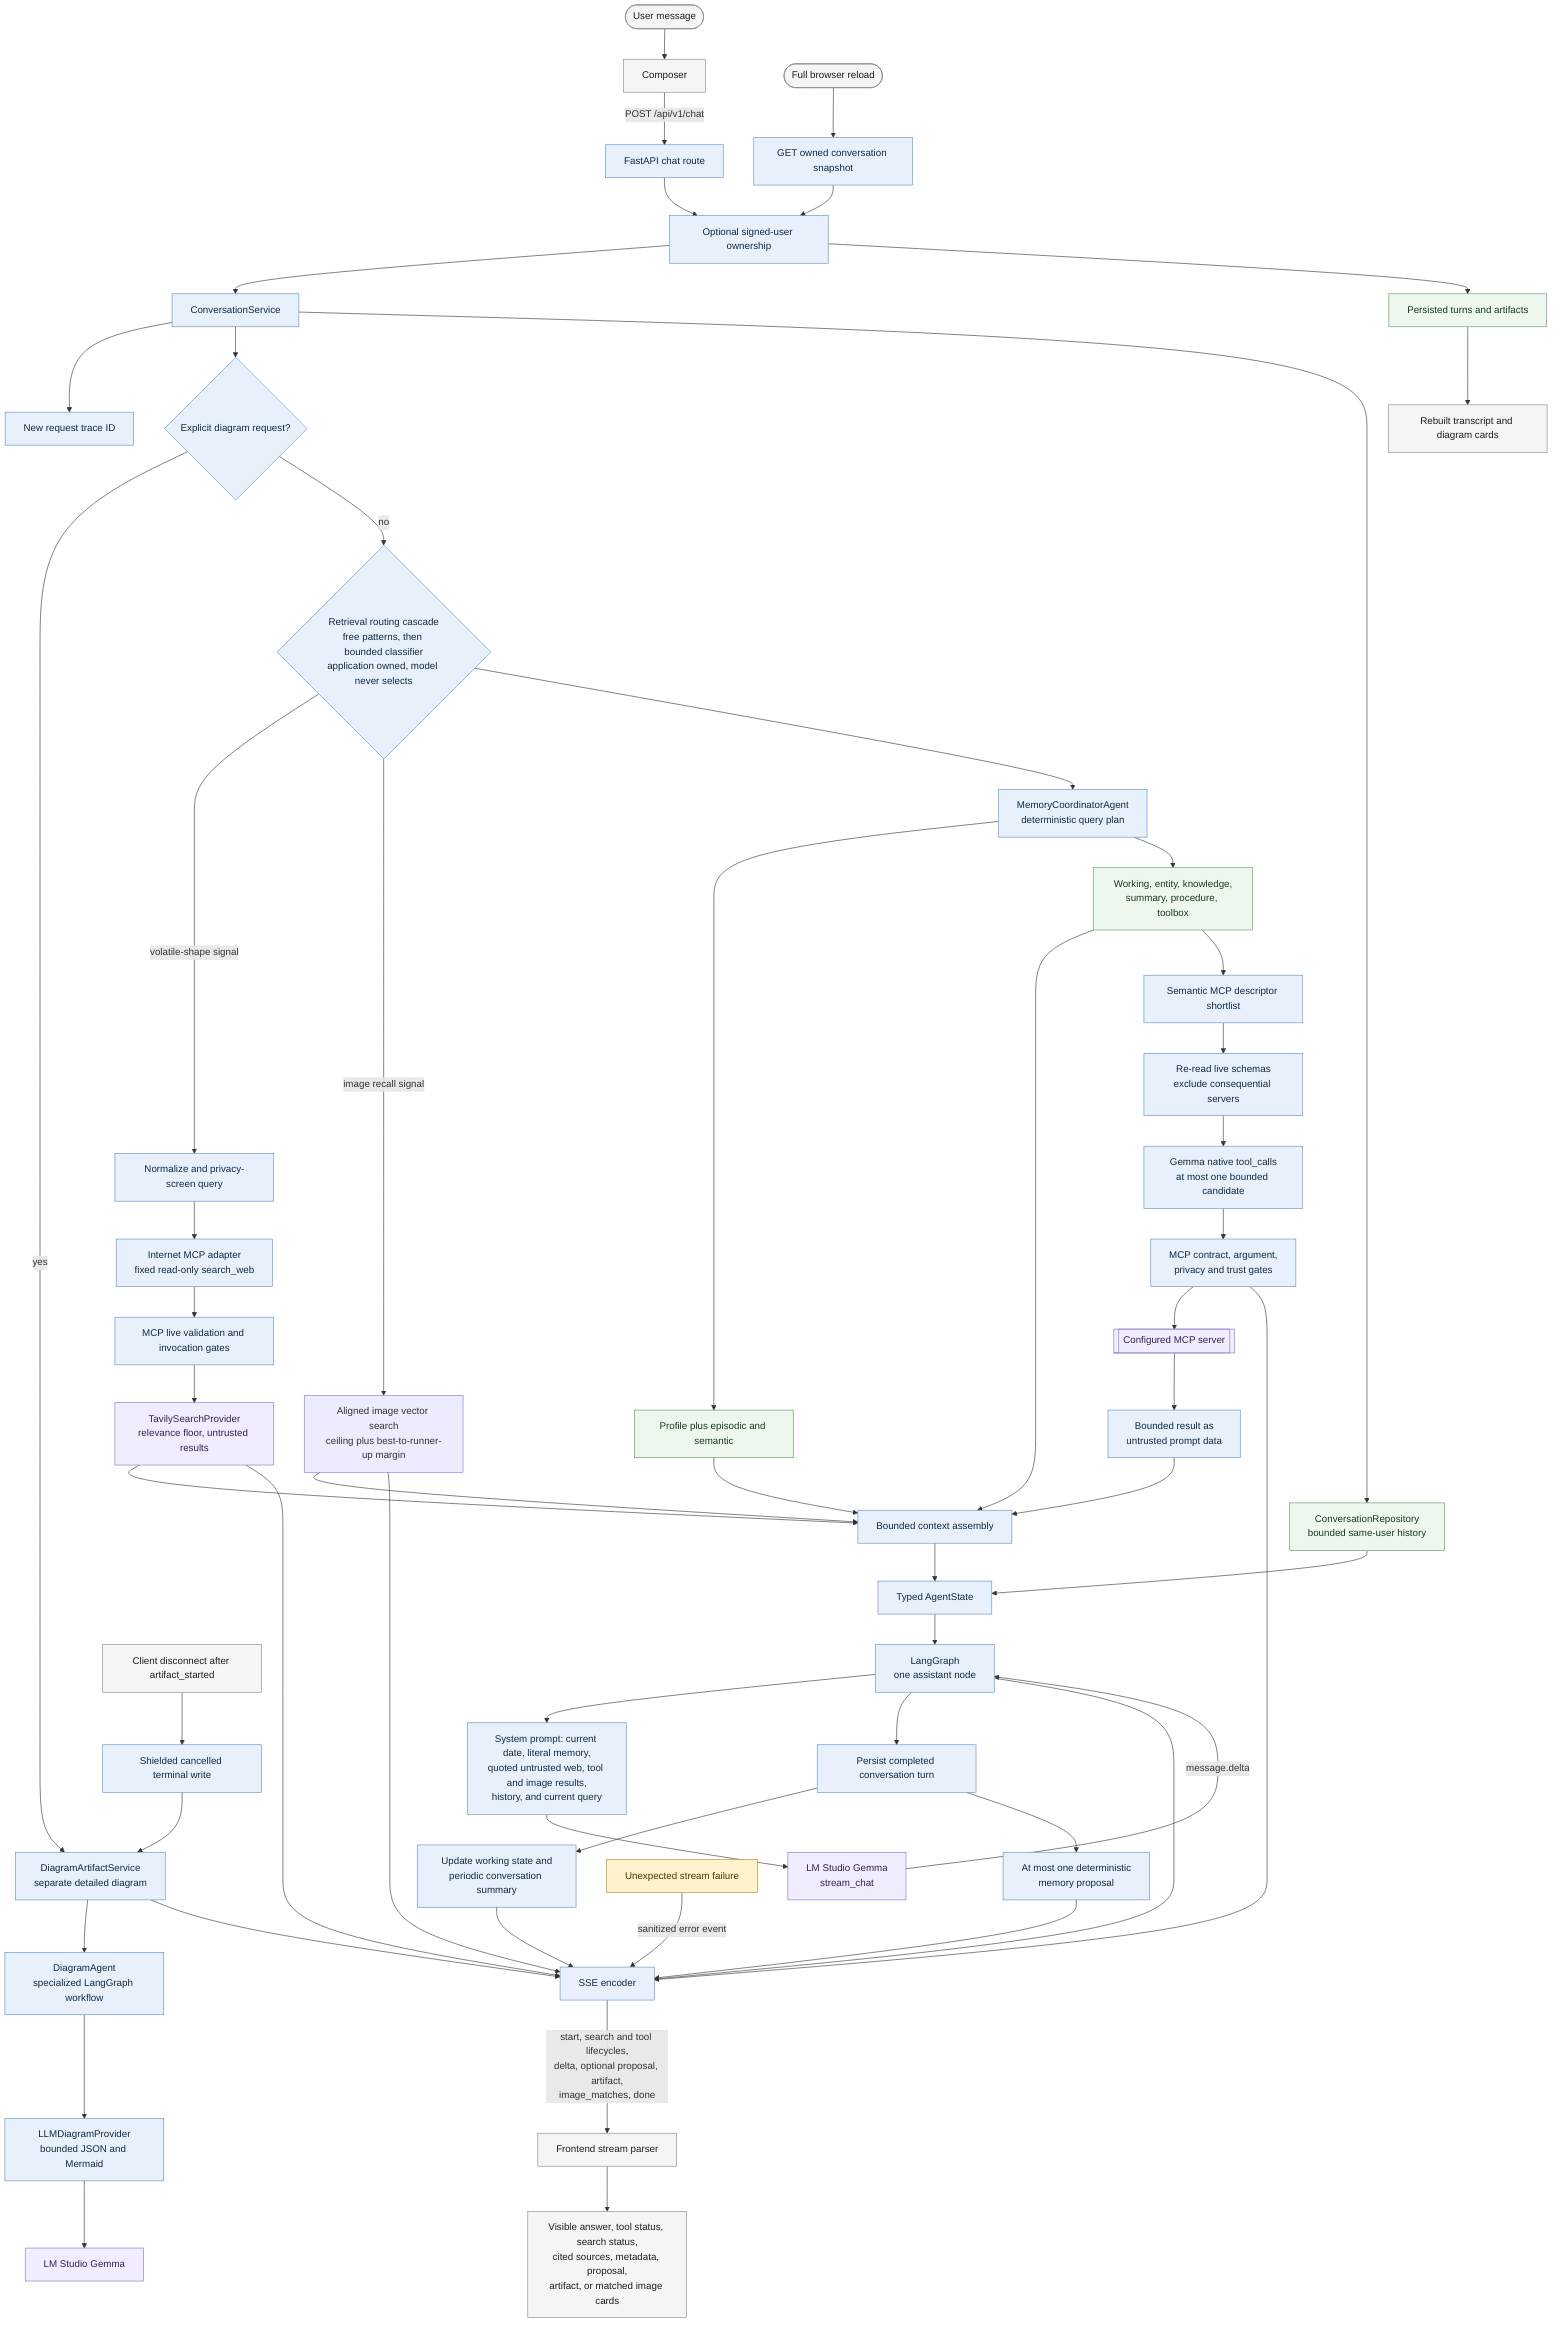
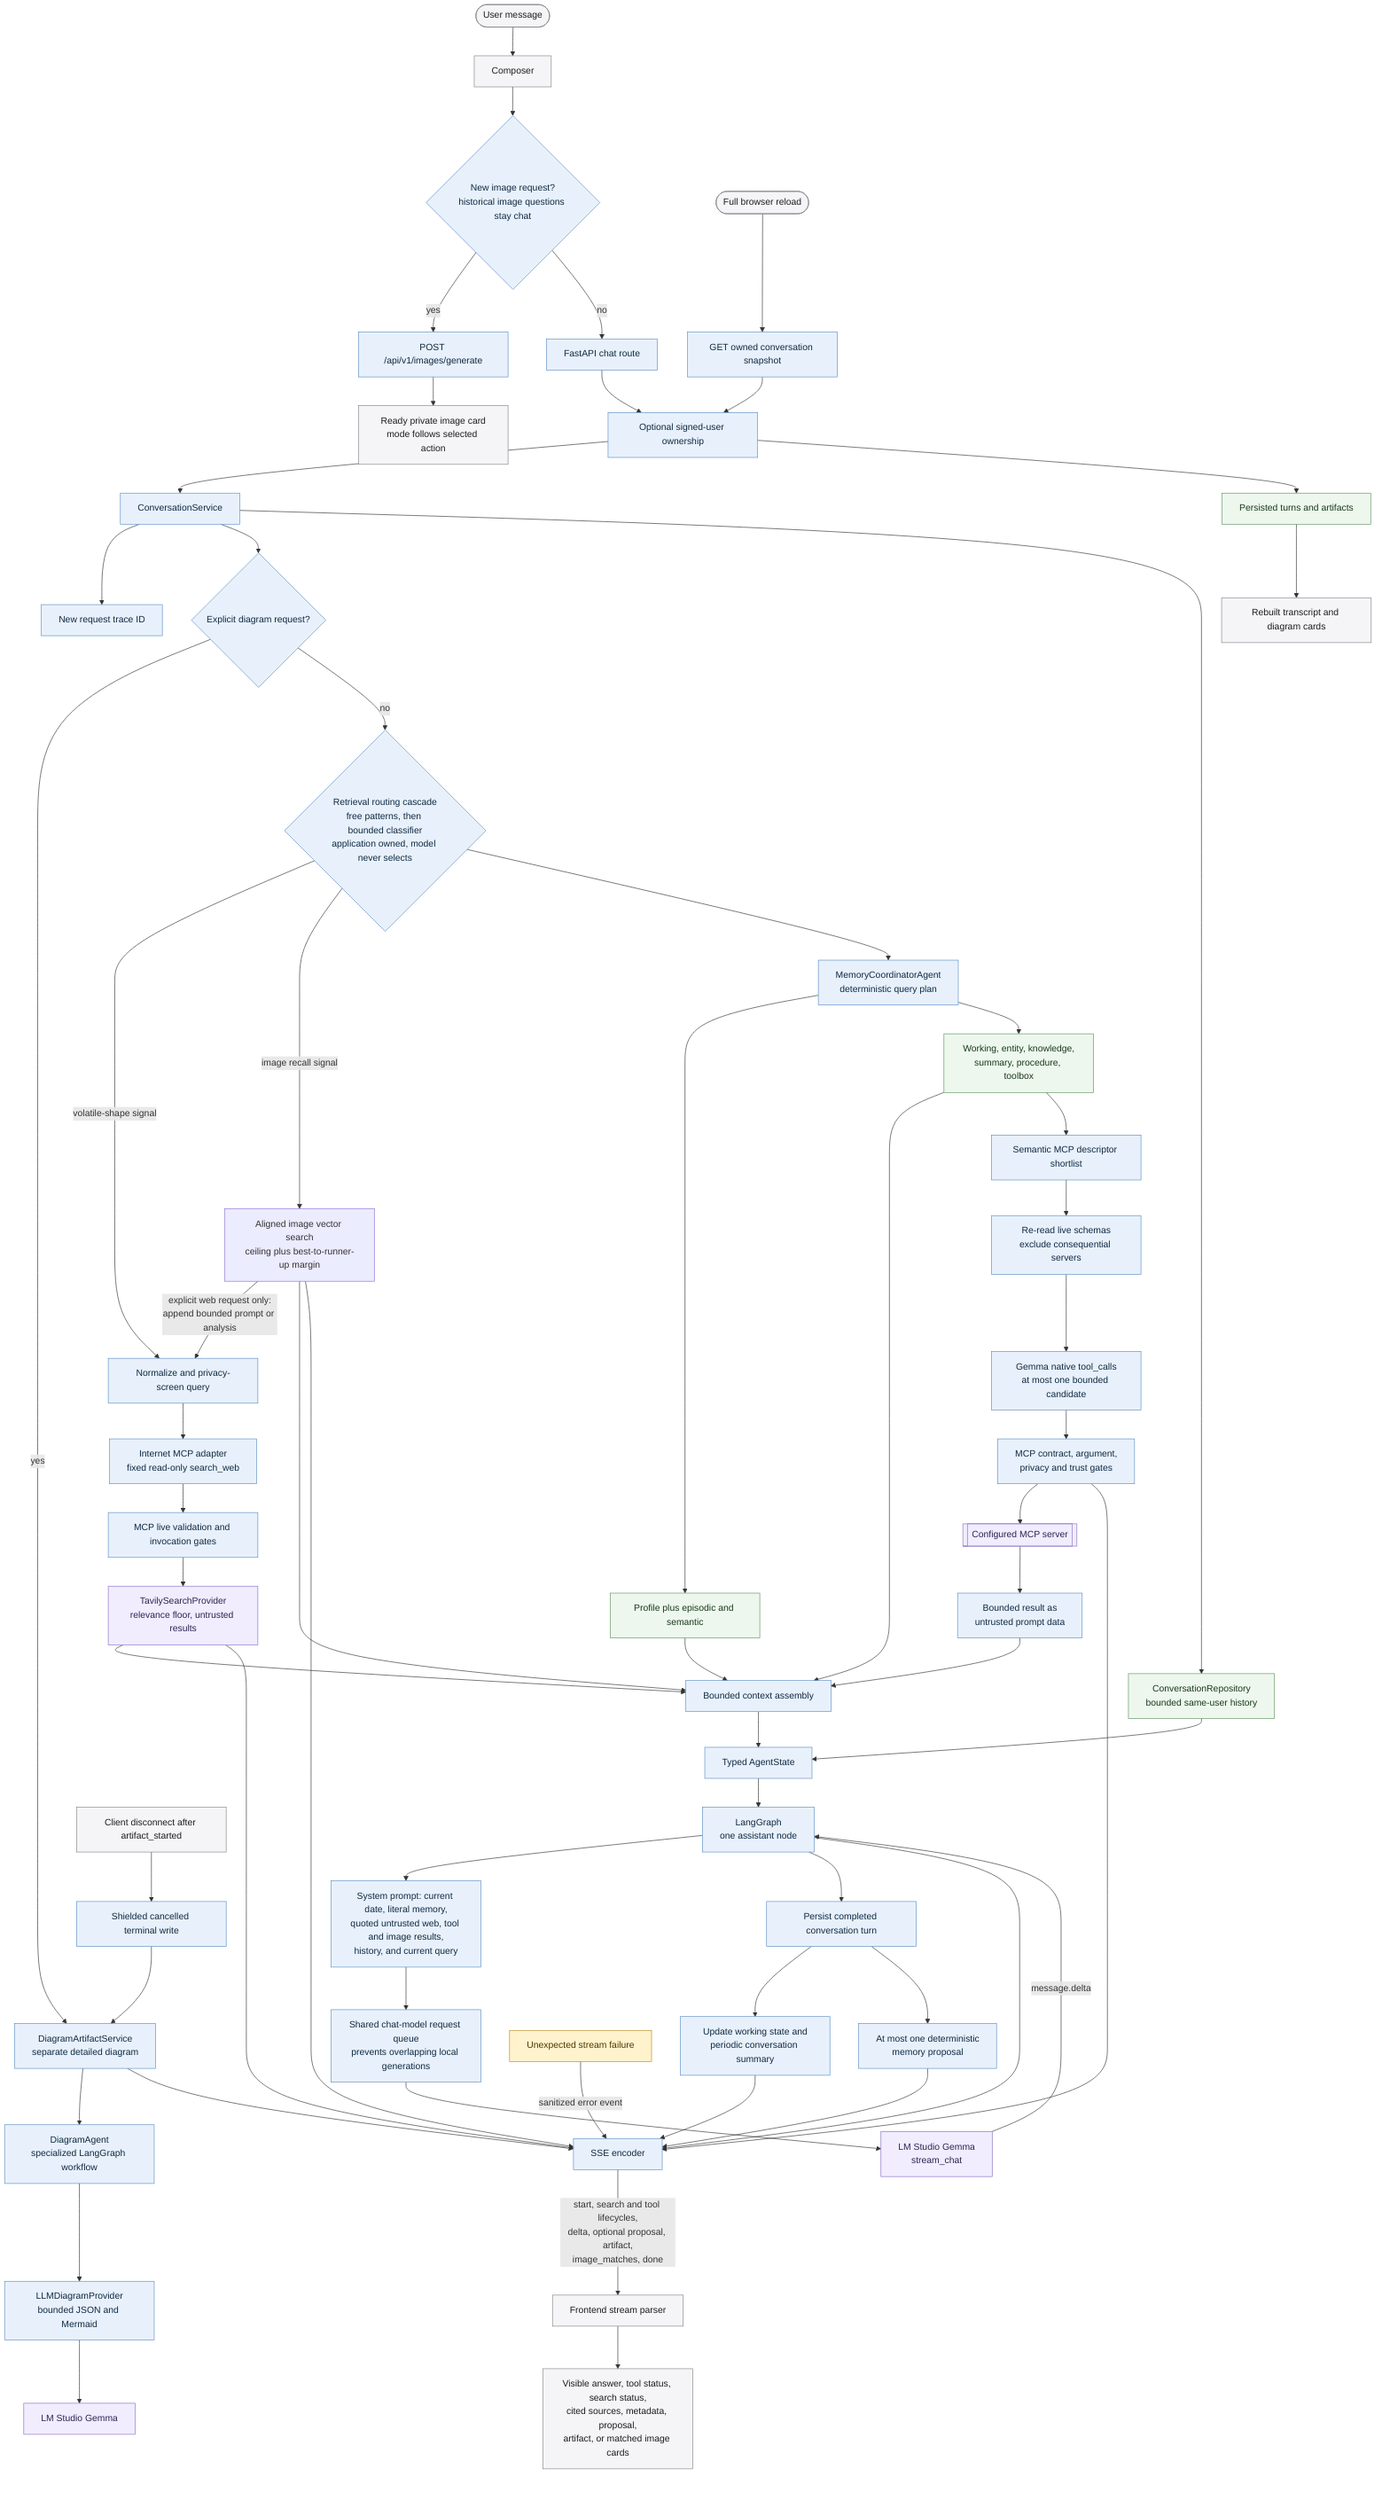
flowchart TB
    User([User message]) --> Composer[Composer]
-     Composer -->|POST /api/v1/chat| ChatAPI[FastAPI chat route]
+     Composer --> Intent{New image request?<br/>historical image questions stay chat}
+     Intent -->|yes| ImageAPI[POST /api/v1/images/generate]
+     ImageAPI --> ImageAnswer[Ready private image card<br/>mode follows selected action]
+     Intent -->|no| ChatAPI[FastAPI chat route]
    ChatAPI --> Ownership[Optional signed-user ownership]
    Ownership --> Service[ConversationService]
    Service --> Trace[New request trace ID]
    Service --> Route{Explicit diagram request?}

    Route -->|yes| Artifact[DiagramArtifactService<br/>separate detailed diagram]
    Artifact --> DiagramAgent[DiagramAgent<br/>specialized LangGraph workflow]
    DiagramAgent --> DiagramProvider[LLMDiagramProvider<br/>bounded JSON and Mermaid]
    DiagramProvider --> DiagramGemma[LM Studio Gemma]
    Artifact --> SSE

    Route -->|no| Retrieval{Retrieval routing cascade<br/>free patterns, then bounded classifier<br/>application owned, model never selects}
    Retrieval -->|volatile-shape signal| SearchPolicy[Normalize and privacy-screen query]
    SearchPolicy --> InternetMCP[Internet MCP adapter<br/>fixed read-only search_web]
    InternetMCP --> SearchGates[MCP live validation and invocation gates]
    SearchGates --> WebSearch[TavilySearchProvider<br/>relevance floor, untrusted results]
    Retrieval -->|image recall signal| ImageSearch[Aligned image vector search<br/>ceiling plus best-to-runner-up margin]
+     ImageSearch -->|explicit web request only:<br/>append bounded prompt or analysis| SearchPolicy
    WebSearch --> Context
    WebSearch --> SSE
    ImageSearch --> Context
    ImageSearch --> SSE
    Retrieval --> Plan[MemoryCoordinatorAgent<br/>deterministic query plan]
    Plan --> Personal[Profile plus episodic and semantic]
    Plan --> Typed[Working, entity, knowledge,<br/>summary, procedure, toolbox]
    Service --> History[ConversationRepository<br/>bounded same-user history]
    Personal --> Context[Bounded context assembly]
    Typed --> Context
    Typed --> ToolShortlist[Semantic MCP descriptor shortlist]
    ToolShortlist --> LiveResolve[Re-read live schemas<br/>exclude consequential servers]
    LiveResolve --> ToolGemma[Gemma native tool_calls<br/>at most one bounded candidate]
    ToolGemma --> ToolGates[MCP contract, argument,<br/>privacy and trust gates]
    ToolGates --> MCPServer[[Configured MCP server]]
    MCPServer --> ToolContext[Bounded result as<br/>untrusted prompt data]
    ToolContext --> Context
    ToolGates --> SSE
    History --> State[Typed AgentState]
    Context --> State
    State --> Graph[LangGraph<br/>one assistant node]
    Graph --> Prompt[System prompt: current date, literal memory,<br/>quoted untrusted web, tool and image results,<br/>history, and current query]
-     Prompt --> Gemma[LM Studio Gemma<br/>stream_chat]
+     Prompt --> LLMQueue[Shared chat-model request queue<br/>prevents overlapping local generations]
+     LLMQueue --> Gemma[LM Studio Gemma<br/>stream_chat]
    Gemma -->|message.delta| Graph
    Graph --> Persist[Persist completed conversation turn]
    Persist --> Lifecycle[Update working state and<br/>periodic conversation summary]
    Persist --> Proposal[At most one deterministic<br/>memory proposal]
    Proposal --> SSE[SSE encoder]
    Lifecycle --> SSE
    Graph --> SSE
    SSE -->|start, search and tool lifecycles,<br/>delta, optional proposal, artifact,<br/>image_matches, done| Parser[Frontend stream parser]
    Parser --> Answer[Visible answer, tool status, search status,<br/>cited sources, metadata, proposal,<br/>artifact, or matched image cards]

    Reload([Full browser reload]) --> SnapshotAPI[GET owned conversation snapshot]
    SnapshotAPI --> Ownership
    Ownership --> RestoreHistory[Persisted turns and artifacts]
    RestoreHistory --> RestoreUI[Rebuilt transcript and diagram cards]

    Failure[Unexpected stream failure] -->|sanitized error event| SSE
    Disconnect[Client disconnect after artifact_started] --> CancelCleanup[Shielded cancelled terminal write]
    CancelCleanup --> Artifact

    classDef interface fill:#f5f5f7,stroke:#86868b,color:#1d1d1f;
    classDef application fill:#e8f1fb,stroke:#5e8fc4,color:#102a43;
    classDef data fill:#eef7ee,stroke:#5f9562,color:#183b1b;
    classDef external fill:#f1edff,stroke:#8872c6,color:#2e2450;
    classDef failure fill:#fff3cd,stroke:#b78b20,color:#4d3900;
-     class User,Composer,Parser,Answer,Reload,RestoreUI,Disconnect interface;
-     class ChatAPI,SnapshotAPI,Ownership,Service,Trace,Route,Retrieval,SearchPolicy,InternetMCP,SearchGates,Plan,Context,State,Graph,Prompt,Persist,Lifecycle,Proposal,SSE,Artifact,DiagramAgent,DiagramProvider,CancelCleanup,ToolShortlist,LiveResolve,ToolGemma,ToolGates,ToolContext application;
+     class User,Composer,ImageAnswer,Parser,Answer,Reload,RestoreUI,Disconnect interface;
+     class Intent,ImageAPI,ChatAPI,SnapshotAPI,Ownership,Service,Trace,Route,Retrieval,SearchPolicy,InternetMCP,SearchGates,Plan,Context,State,Graph,Prompt,LLMQueue,Persist,Lifecycle,Proposal,SSE,Artifact,DiagramAgent,DiagramProvider,CancelCleanup,ToolShortlist,LiveResolve,ToolGemma,ToolGates,ToolContext application;
    class Personal,Typed,History,RestoreHistory data;
    class Gemma,DiagramGemma,WebSearch,MCPServer external;
    class Failure failure;
